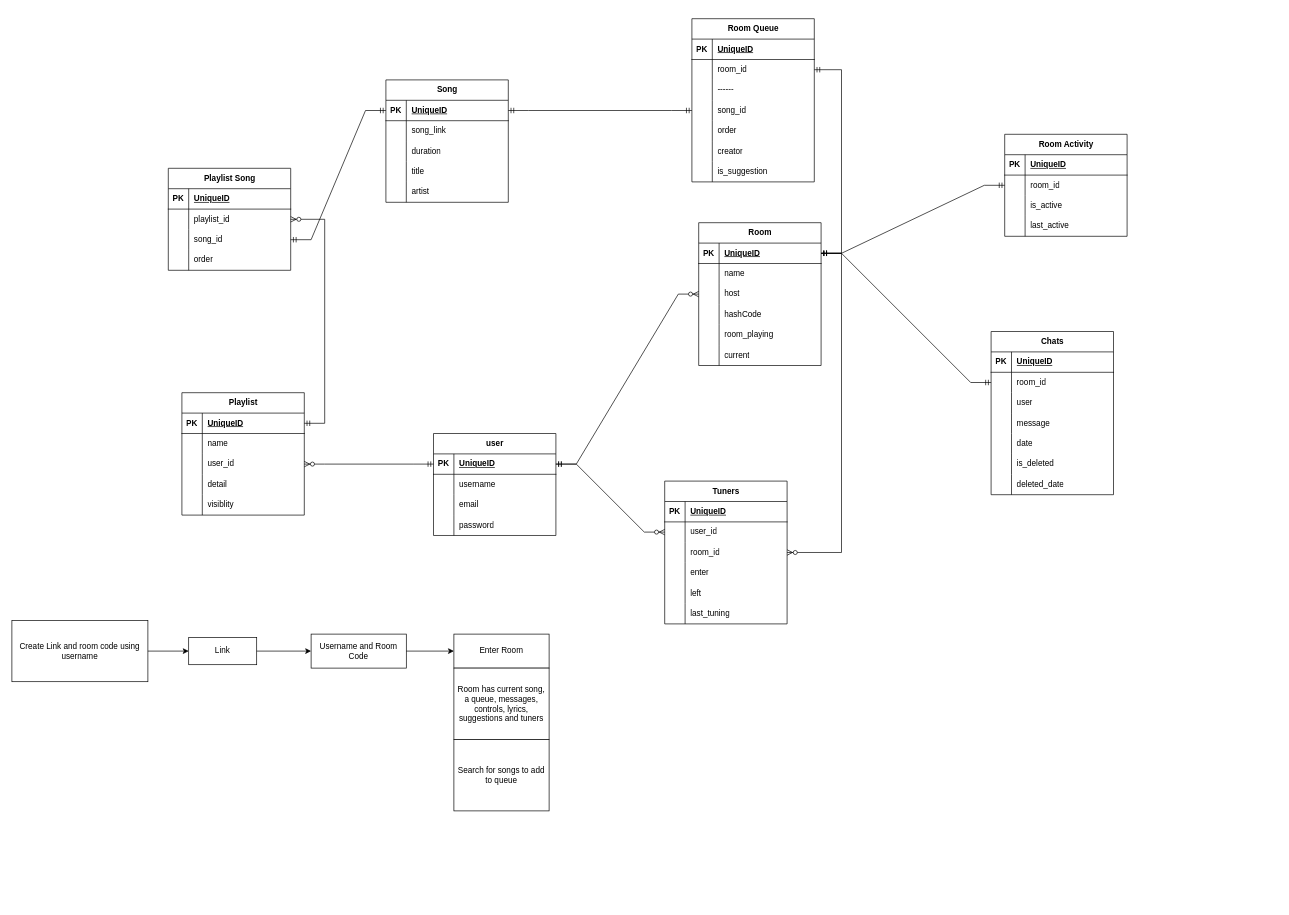
This is server/DB_design.drawio from fira195/booom-box, a draw.io file, before an edit. Source tidied: cells renumbered, new cells numbered last; positions are measured from the earlier drawing's top-left corner, leaving out a move shared by most shapes. Both pictures are drawn from the tidied source at 68%, with x=0, y=0 at pixel (12, 18).
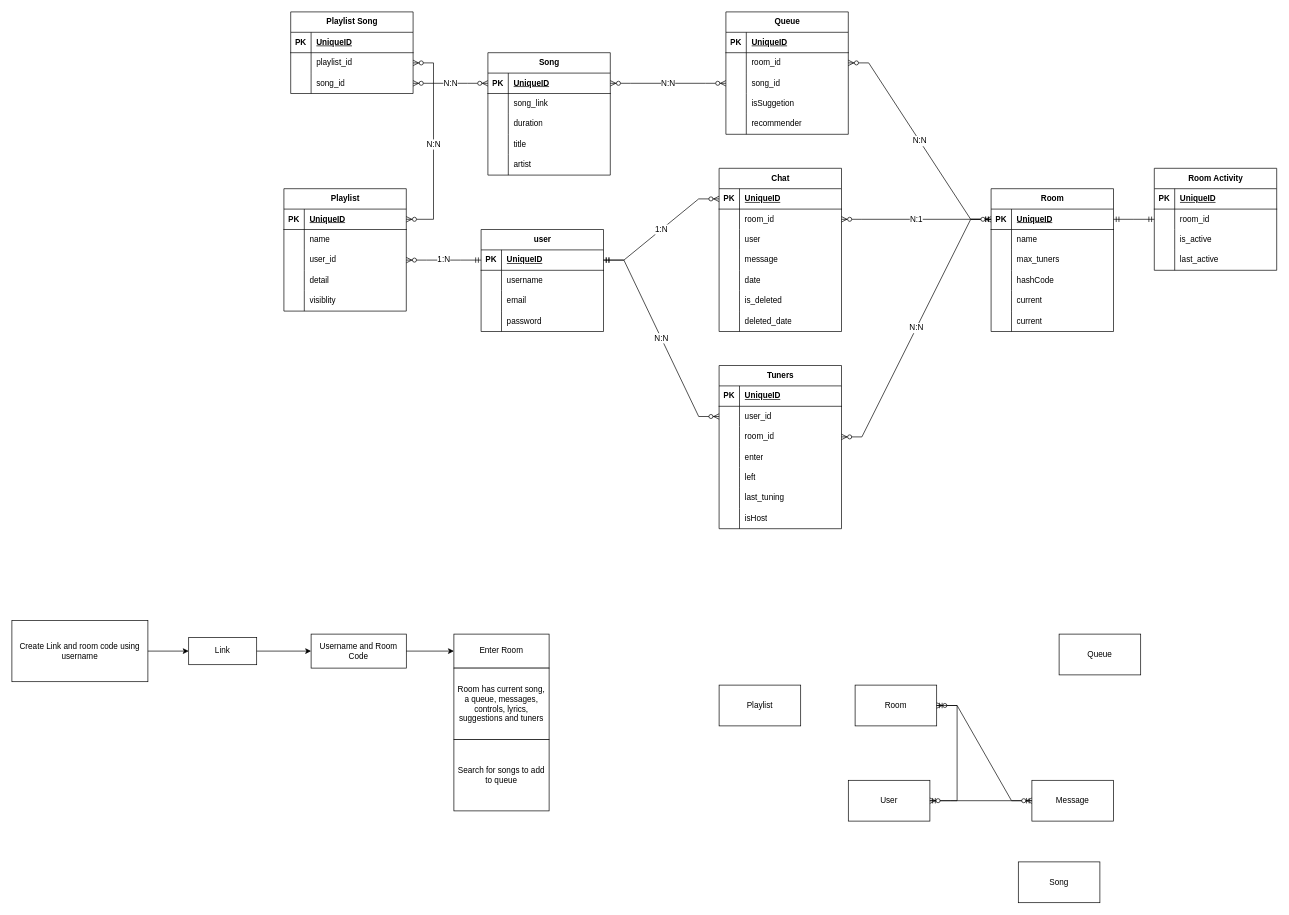
After the change.

Unchanged cells that the change refers to:
```xml
<mxCell id="3" style="shape=tableRow;horizontal=0;startSize=0;swimlaneHead=0;swimlaneBody=0;fillColor=none;points=[[0,0.5],[1,0.5]];portConstraint=eastwest;top=0;left=0;right=0;bottom=1;" parent="2" vertex="1">
  <mxGeometry y="30" width="180" height="30" as="geometry" />
</mxCell>
<mxCell id="16" style="shape=tableRow;horizontal=0;startSize=0;swimlaneHead=0;swimlaneBody=0;fillColor=none;points=[[0,0.5],[1,0.5]];portConstraint=eastwest;top=0;left=0;right=0;bottom=1;" parent="15" vertex="1">
  <mxGeometry y="30" width="180" height="30" as="geometry" />
</mxCell>
<mxCell id="22" style="shape=tableRow;horizontal=0;startSize=0;swimlaneHead=0;swimlaneBody=0;fillColor=none;points=[[0,0.5],[1,0.5]];portConstraint=eastwest;top=0;left=0;right=0;bottom=0;" parent="15" vertex="1">
  <mxGeometry y="90" width="180" height="30" as="geometry" />
</mxCell>
<mxCell id="28" style="shape=tableRow;horizontal=0;startSize=0;swimlaneHead=0;swimlaneBody=0;fillColor=none;top=0;left=0;right=0;bottom=0;" parent="15" vertex="1">
  <mxGeometry y="150" width="180" height="30" as="geometry" />
</mxCell>
<mxCell id="35" style="shape=tableRow;horizontal=0;startSize=0;swimlaneHead=0;swimlaneBody=0;fillColor=none;points=[[0,0.5],[1,0.5]];portConstraint=eastwest;top=0;left=0;right=0;bottom=1;" parent="34" vertex="1">
  <mxGeometry y="30" width="180" height="30" as="geometry" />
</mxCell>
<mxCell id="41" style="shape=tableRow;horizontal=0;startSize=0;swimlaneHead=0;swimlaneBody=0;fillColor=none;points=[[0,0.5],[1,0.5]];portConstraint=eastwest;top=0;left=0;right=0;bottom=0;" parent="34" vertex="1">
  <mxGeometry y="90" width="180" height="30" as="geometry" />
</mxCell>
<mxCell id="54" style="shape=tableRow;horizontal=0;startSize=0;swimlaneHead=0;swimlaneBody=0;fillColor=none;points=[[0,0.5],[1,0.5]];portConstraint=eastwest;top=0;left=0;right=0;bottom=0;" parent="50" vertex="1">
  <mxGeometry y="60" width="180" height="30" as="geometry" />
</mxCell>
<mxCell id="57" style="shape=tableRow;horizontal=0;startSize=0;swimlaneHead=0;swimlaneBody=0;fillColor=none;points=[[0,0.5],[1,0.5]];portConstraint=eastwest;top=0;left=0;right=0;bottom=0;" parent="50" vertex="1">
  <mxGeometry y="90" width="180" height="30" as="geometry" />
</mxCell>
<mxCell id="60" style="shape=tableRow;horizontal=0;startSize=0;swimlaneHead=0;swimlaneBody=0;fillColor=none;points=[[0,0.5],[1,0.5]];portConstraint=eastwest;top=0;left=0;right=0;bottom=0;" parent="50" vertex="1">
  <mxGeometry y="120" width="180" height="30" as="geometry" />
</mxCell>
<mxCell id="63" style="shape=tableRow;horizontal=0;startSize=0;swimlaneHead=0;swimlaneBody=0;fillColor=none;top=0;left=0;right=0;bottom=0;" parent="50" vertex="1">
  <mxGeometry y="150" width="180" height="30" as="geometry" />
</mxCell>
<mxCell id="76" style="shape=tableRow;horizontal=0;startSize=0;swimlaneHead=0;swimlaneBody=0;fillColor=none;points=[[0,0.5],[1,0.5]];portConstraint=eastwest;top=0;left=0;right=0;bottom=0;" parent="72" vertex="1">
  <mxGeometry y="60" width="180" height="30" as="geometry" />
</mxCell>
<mxCell id="79" style="shape=tableRow;horizontal=0;startSize=0;swimlaneHead=0;swimlaneBody=0;fillColor=none;points=[[0,0.5],[1,0.5]];portConstraint=eastwest;top=0;left=0;right=0;bottom=0;" parent="72" vertex="1">
  <mxGeometry y="90" width="180" height="30" as="geometry" />
</mxCell>
<mxCell id="99" style="shape=tableRow;horizontal=0;startSize=0;swimlaneHead=0;swimlaneBody=0;fillColor=none;points=[[0,0.5],[1,0.5]];portConstraint=eastwest;top=0;left=0;right=0;bottom=1;" parent="98" vertex="1">
  <mxGeometry y="30" width="180" height="30" as="geometry" />
</mxCell>
<mxCell id="102" style="shape=tableRow;horizontal=0;startSize=0;swimlaneHead=0;swimlaneBody=0;fillColor=none;points=[[0,0.5],[1,0.5]];portConstraint=eastwest;top=0;left=0;right=0;bottom=0;" parent="98" vertex="1">
  <mxGeometry y="60" width="180" height="30" as="geometry" />
</mxCell>
<mxCell id="125" style="shape=tableRow;horizontal=0;startSize=0;swimlaneHead=0;swimlaneBody=0;fillColor=none;points=[[0,0.5],[1,0.5]];portConstraint=eastwest;top=0;left=0;right=0;bottom=0;" parent="121" vertex="1">
  <mxGeometry y="60" width="180" height="30" as="geometry" />
</mxCell>
<mxCell id="128" style="shape=tableRow;horizontal=0;startSize=0;swimlaneHead=0;swimlaneBody=0;fillColor=none;points=[[0,0.5],[1,0.5]];portConstraint=eastwest;top=0;left=0;right=0;bottom=0;" parent="121" vertex="1">
  <mxGeometry y="90" width="180" height="30" as="geometry" />
</mxCell>
<mxCell id="157" style="shape=tableRow;horizontal=0;startSize=0;swimlaneHead=0;swimlaneBody=0;fillColor=none;points=[[0,0.5],[1,0.5]];portConstraint=eastwest;top=0;left=0;right=0;bottom=1;" parent="156" vertex="1">
  <mxGeometry y="30" width="180" height="30" as="geometry" />
</mxCell>
```

The edit, as a diff of the source:
```diff
@@
     <mxCell id="2" value="user" style="shape=table;startSize=30;childLayout=tableLayout;rowLines=0;fontStyle=1;align=center;html=1;" parent="1" vertex="1">
-      <mxGeometry x="620" y="610" width="180" height="150" as="geometry" />
+      <mxGeometry x="690" y="310" width="180" height="150" as="geometry" />
     </mxCell>
@@
     <mxCell id="15" value="Room" style="shape=table;startSize=30;childLayout=tableLayout;rowLines=0;fontStyle=1;align=center;html=1;" parent="1" vertex="1">
-      <mxGeometry x="1010" y="300" width="180" height="210" as="geometry" />
+      <mxGeometry x="1440" y="250" width="180" height="210" as="geometry" />
     </mxCell>
@@
-    <mxCell id="24" value="host" style="shape=partialRectangle;fillColor=none;top=0;left=0;bottom=0;right=0;align=left;spacingLeft=6;overflow=hidden;whiteSpace=wrap;html=1;" parent="22" vertex="1">
+    <mxCell id="24" value="max_tuners" style="shape=partialRectangle;fillColor=none;top=0;left=0;bottom=0;right=0;align=left;spacingLeft=6;overflow=hidden;whiteSpace=wrap;html=1;" parent="22" vertex="1">
       <mxGeometry x="30" width="150" height="30" as="geometry" />
     </mxCell>
@@
-    <mxCell id="30" value="room_playing" style="shape=partialRectangle;fillColor=none;top=0;left=0;bottom=0;right=0;align=left;spacingLeft=6;overflow=hidden;whiteSpace=wrap;html=1;" parent="28" vertex="1">
+    <mxCell id="30" value="current" style="shape=partialRectangle;fillColor=none;top=0;left=0;bottom=0;right=0;align=left;spacingLeft=6;overflow=hidden;whiteSpace=wrap;html=1;" parent="28" vertex="1">
       <mxGeometry x="30" width="150" height="30" as="geometry" />
     </mxCell>
@@
     <mxCell id="34" value="Playlist" style="shape=table;startSize=30;childLayout=tableLayout;rowLines=0;fontStyle=1;align=center;html=1;" parent="1" vertex="1">
-      <mxGeometry x="250" y="550" width="180" height="180" as="geometry" />
+      <mxGeometry x="400" y="250" width="180" height="180" as="geometry" />
     </mxCell>
@@
-    <mxCell id="50" value="Room Queue" style="shape=table;startSize=30;childLayout=tableLayout;rowLines=0;fontStyle=1;align=center;html=1;" parent="1" vertex="1">
-      <mxGeometry x="1000" width="180" height="240" as="geometry" />
+    <mxCell id="50" value="Queue" style="shape=table;startSize=30;childLayout=tableLayout;rowLines=0;fontStyle=1;align=center;html=1;" parent="1" vertex="1">
+      <mxGeometry x="1050" y="-10" width="180" height="180" as="geometry" />
     </mxCell>
@@
-    <mxCell id="59" value="------" style="shape=partialRectangle;fillColor=none;top=0;left=0;bottom=0;right=0;align=left;spacingLeft=6;overflow=hidden;whiteSpace=wrap;html=1;" parent="57" vertex="1">
+    <mxCell id="59" value="song_id" style="shape=partialRectangle;fillColor=none;top=0;left=0;bottom=0;right=0;align=left;spacingLeft=6;overflow=hidden;whiteSpace=wrap;html=1;" parent="57" vertex="1">
       <mxGeometry x="30" width="150" height="30" as="geometry" />
     </mxCell>
@@
-    <mxCell id="62" value="song_id" style="shape=partialRectangle;fillColor=none;top=0;left=0;bottom=0;right=0;align=left;spacingLeft=6;overflow=hidden;whiteSpace=wrap;html=1;" parent="60" vertex="1">
+    <mxCell id="62" value="isSuggetion" style="shape=partialRectangle;fillColor=none;top=0;left=0;bottom=0;right=0;align=left;spacingLeft=6;overflow=hidden;whiteSpace=wrap;html=1;" parent="60" vertex="1">
       <mxGeometry x="30" width="150" height="30" as="geometry" />
     </mxCell>
@@
-    <mxCell id="65" value="order" style="shape=partialRectangle;fillColor=none;top=0;left=0;bottom=0;right=0;align=left;spacingLeft=6;overflow=hidden;whiteSpace=wrap;html=1;" parent="63" vertex="1">
+    <mxCell id="65" value="recommender" style="shape=partialRectangle;fillColor=none;top=0;left=0;bottom=0;right=0;align=left;spacingLeft=6;overflow=hidden;whiteSpace=wrap;html=1;" parent="63" vertex="1">
       <mxGeometry x="30" width="150" height="30" as="geometry" />
     </mxCell>
-    <mxCell id="66" style="shape=tableRow;horizontal=0;startSize=0;swimlaneHead=0;swimlaneBody=0;fillColor=none;top=0;left=0;right=0;bottom=0;" parent="50" vertex="1">
-      <mxGeometry y="180" width="180" height="30" as="geometry" />
-    </mxCell>
-    <mxCell id="67" style="shape=partialRectangle;fillColor=none;top=0;left=0;bottom=0;right=0;overflow=hidden;whiteSpace=wrap;html=1;" parent="66" vertex="1">
-      <mxGeometry width="30" height="30" as="geometry" />
-    </mxCell>
-    <mxCell id="68" value="creator" style="shape=partialRectangle;fillColor=none;top=0;left=0;bottom=0;right=0;align=left;spacingLeft=6;overflow=hidden;whiteSpace=wrap;html=1;" parent="66" vertex="1">
-      <mxGeometry x="30" width="150" height="30" as="geometry" />
-    </mxCell>
-    <mxCell id="69" style="shape=tableRow;horizontal=0;startSize=0;swimlaneHead=0;swimlaneBody=0;fillColor=none;top=0;left=0;right=0;bottom=0;" parent="50" vertex="1">
-      <mxGeometry y="210" width="180" height="30" as="geometry" />
-    </mxCell>
-    <mxCell id="70" style="shape=partialRectangle;fillColor=none;top=0;left=0;bottom=0;right=0;overflow=hidden;whiteSpace=wrap;html=1;" parent="69" vertex="1">
-      <mxGeometry width="30" height="30" as="geometry" />
-    </mxCell>
-    <mxCell id="71" value="is_suggestion" style="shape=partialRectangle;fillColor=none;top=0;left=0;bottom=0;right=0;align=left;spacingLeft=6;overflow=hidden;whiteSpace=wrap;html=1;" parent="69" vertex="1">
-      <mxGeometry x="30" width="150" height="30" as="geometry" />
-    </mxCell>
     <mxCell id="72" value="Playlist Song" style="shape=table;startSize=30;childLayout=tableLayout;rowLines=0;fontStyle=1;align=center;html=1;" parent="1" vertex="1">
-      <mxGeometry x="230" y="220" width="180" height="150" as="geometry" />
+      <mxGeometry x="410" y="-10" width="180" height="120" as="geometry" />
     </mxCell>
@@
-    <mxCell id="82" style="shape=tableRow;horizontal=0;startSize=0;swimlaneHead=0;swimlaneBody=0;fillColor=none;top=0;left=0;right=0;bottom=0;" parent="72" vertex="1">
-      <mxGeometry y="120" width="180" height="30" as="geometry" />
-    </mxCell>
-    <mxCell id="83" style="shape=partialRectangle;fillColor=none;top=0;left=0;bottom=0;right=0;overflow=hidden;whiteSpace=wrap;html=1;" parent="82" vertex="1">
-      <mxGeometry width="30" height="30" as="geometry" />
-    </mxCell>
-    <mxCell id="84" value="order" style="shape=partialRectangle;fillColor=none;top=0;left=0;bottom=0;right=0;align=left;spacingLeft=6;overflow=hidden;whiteSpace=wrap;html=1;" parent="82" vertex="1">
-      <mxGeometry x="30" width="150" height="30" as="geometry" />
-    </mxCell>
-    <mxCell id="85" style="edgeStyle=entityRelationEdgeStyle;fontSize=12;html=1;endArrow=ERzeroToMany;startArrow=ERmandOne;rounded=0;" parent="1" edge="1" source="35" target="76">
-      <mxGeometry relative="1" as="geometry" />
-    </mxCell>
-    <mxCell id="86" style="edgeStyle=entityRelationEdgeStyle;fontSize=12;html=1;endArrow=ERzeroToMany;startArrow=ERmandOne;rounded=0;" parent="1" edge="1" source="3" target="41">
+    <mxCell id="86" value="1:N" style="edgeStyle=entityRelationEdgeStyle;fontSize=12;html=1;endArrow=ERzeroToMany;startArrow=ERmandOne;rounded=0;" parent="1" edge="1" source="3" target="41">
       <mxGeometry relative="1" as="geometry" />
     </mxCell>
-    <mxCell id="87" style="edgeStyle=entityRelationEdgeStyle;fontSize=12;html=1;endArrow=ERzeroToMany;startArrow=ERmandOne;rounded=0;" parent="1" edge="1" source="3" target="22">
-      <mxGeometry relative="1" as="geometry" />
-    </mxCell>
-    <mxCell id="88" style="edgeStyle=entityRelationEdgeStyle;fontSize=12;html=1;endArrow=ERmandOne;startArrow=ERmandOne;rounded=0;" parent="1" edge="1" source="16" target="54">
-      <mxGeometry relative="1" as="geometry" />
-    </mxCell>
@@
-    <mxCell id="98" value="Chats" style="shape=table;startSize=30;childLayout=tableLayout;rowLines=0;fontStyle=1;align=center;html=1;" parent="1" vertex="1">
-      <mxGeometry x="1440" y="460" width="180" height="240" as="geometry" />
+    <mxCell id="98" value="Chat" style="shape=table;startSize=30;childLayout=tableLayout;rowLines=0;fontStyle=1;align=center;html=1;" parent="1" vertex="1">
+      <mxGeometry x="1040" y="220" width="180" height="240" as="geometry" />
     </mxCell>
@@
-    <mxCell id="120" style="edgeStyle=entityRelationEdgeStyle;fontSize=12;html=1;endArrow=ERmandOne;startArrow=ERmandOne;rounded=0;" parent="1" edge="1" source="16" target="102">
-      <mxGeometry relative="1" as="geometry" />
-    </mxCell>
     <mxCell id="121" value="Tuners" style="shape=table;startSize=30;childLayout=tableLayout;rowLines=0;fontStyle=1;align=center;html=1;" parent="1" vertex="1">
-      <mxGeometry x="960" y="680" width="180" height="210" as="geometry" />
+      <mxGeometry x="1040" y="510" width="180" height="240" as="geometry" />
     </mxCell>
@@
+    <mxCell id="69" style="shape=tableRow;horizontal=0;startSize=0;swimlaneHead=0;swimlaneBody=0;fillColor=none;top=0;left=0;right=0;bottom=0;" parent="121" vertex="1">
+      <mxGeometry y="210" width="180" height="30" as="geometry" />
+    </mxCell>
+    <mxCell id="174" style="shape=partialRectangle;fillColor=none;top=0;left=0;bottom=0;right=0;overflow=hidden;whiteSpace=wrap;html=1;" parent="69" vertex="1">
+      <mxGeometry width="30" height="30" as="geometry" />
+    </mxCell>
+    <mxCell id="175" value="isHost" style="shape=partialRectangle;fillColor=none;top=0;left=0;bottom=0;right=0;align=left;spacingLeft=6;overflow=hidden;whiteSpace=wrap;html=1;" parent="69" vertex="1">
+      <mxGeometry x="30" width="150" height="30" as="geometry" />
+    </mxCell>
-    <mxCell id="140" style="edgeStyle=entityRelationEdgeStyle;fontSize=12;html=1;endArrow=ERzeroToMany;startArrow=ERmandOne;rounded=0;" parent="1" edge="1" source="16" target="128">
+    <mxCell id="140" value="N:N" style="edgeStyle=entityRelationEdgeStyle;fontSize=12;html=1;endArrow=ERzeroToMany;startArrow=ERmandOne;rounded=0;" parent="1" edge="1" source="16" target="128">
       <mxGeometry relative="1" as="geometry" />
     </mxCell>
-    <mxCell id="141" style="edgeStyle=entityRelationEdgeStyle;fontSize=12;html=1;endArrow=ERzeroToMany;startArrow=ERmandOne;rounded=0;" parent="1" edge="1" source="3" target="125">
-      <mxGeometry relative="1" as="geometry" />
-    </mxCell>
     <mxCell id="142" value="Room Activity" style="shape=table;startSize=30;childLayout=tableLayout;rowLines=0;fontStyle=1;align=center;html=1;" parent="1" vertex="1">
-      <mxGeometry x="1460" y="170" width="180" height="150" as="geometry" />
+      <mxGeometry x="1680" y="220" width="180" height="150" as="geometry" />
     </mxCell>
@@
     <mxCell id="156" value="Song" style="shape=table;startSize=30;childLayout=tableLayout;rowLines=0;fontStyle=1;align=center;html=1;" parent="1" vertex="1">
-      <mxGeometry x="550" y="90" width="180" height="180" as="geometry" />
+      <mxGeometry x="700" y="50" width="180" height="180" as="geometry" />
     </mxCell>
@@
-    <mxCell id="172" style="edgeStyle=entityRelationEdgeStyle;fontSize=12;html=1;endArrow=ERmandOne;startArrow=ERmandOne;rounded=0;" parent="1" edge="1" source="157" target="60">
-      <mxGeometry relative="1" as="geometry" />
-    </mxCell>
+    <mxCell id="176" value="User" style="rounded=0;whiteSpace=wrap;html=1;" parent="1" vertex="1">
+      <mxGeometry x="1230" y="1120" width="120" height="60" as="geometry" />
+    </mxCell>
+    <mxCell id="177" value="Song" style="rounded=0;whiteSpace=wrap;html=1;" parent="1" vertex="1">
+      <mxGeometry x="1480" y="1240" width="120" height="60" as="geometry" />
+    </mxCell>
+    <mxCell id="178" value="Message" style="rounded=0;whiteSpace=wrap;html=1;" parent="1" vertex="1">
+      <mxGeometry x="1500" y="1120" width="120" height="60" as="geometry" />
+    </mxCell>
+    <mxCell id="179" value="Playlist" style="rounded=0;whiteSpace=wrap;html=1;" parent="1" vertex="1">
+      <mxGeometry x="1040" y="980" width="120" height="60" as="geometry" />
+    </mxCell>
+    <mxCell id="180" value="Queue" style="rounded=0;whiteSpace=wrap;html=1;" parent="1" vertex="1">
+      <mxGeometry x="1540" y="905" width="120" height="60" as="geometry" />
+    </mxCell>
+    <mxCell id="181" value="Room" style="rounded=0;whiteSpace=wrap;html=1;" parent="1" vertex="1">
+      <mxGeometry x="1240" y="980" width="120" height="60" as="geometry" />
+    </mxCell>
+    <mxCell id="182" style="edgeStyle=entityRelationEdgeStyle;fontSize=12;html=1;endArrow=ERzeroToMany;startArrow=ERmandOne;rounded=0;" parent="1" edge="1" source="176" target="181">
+      <mxGeometry relative="1" as="geometry" />
+    </mxCell>
+    <mxCell id="183" style="edgeStyle=entityRelationEdgeStyle;fontSize=12;html=1;endArrow=ERzeroToMany;startArrow=ERmandOne;rounded=0;" parent="1" edge="1" source="178" target="176">
+      <mxGeometry relative="1" as="geometry" />
+    </mxCell>
+    <mxCell id="184" style="edgeStyle=entityRelationEdgeStyle;fontSize=12;html=1;endArrow=ERzeroToMany;startArrow=ERmandOne;rounded=0;" parent="1" edge="1" source="181" target="178">
+      <mxGeometry relative="1" as="geometry" />
+    </mxCell>
+    <mxCell id="120" value="N:1" style="edgeStyle=entityRelationEdgeStyle;fontSize=12;html=1;endArrow=ERzeroToMany;startArrow=ERmandOne;rounded=0;" parent="1" edge="1" source="16" target="102">
+      <mxGeometry relative="1" as="geometry" />
+    </mxCell>
+    <mxCell id="185" value="N:N" style="edgeStyle=entityRelationEdgeStyle;fontSize=12;html=1;endArrow=ERzeroToMany;endFill=1;startArrow=ERzeroToMany;rounded=0;" parent="1" edge="1" source="54" target="16">
+      <mxGeometry relative="1" as="geometry" />
+    </mxCell>
+    <mxCell id="186" value="N:N" style="edgeStyle=entityRelationEdgeStyle;fontSize=12;html=1;endArrow=ERzeroToMany;endFill=1;startArrow=ERzeroToMany;rounded=0;" parent="1" edge="1" source="57" target="157">
+      <mxGeometry relative="1" as="geometry" />
+    </mxCell>
-    <mxCell id="173" style="edgeStyle=entityRelationEdgeStyle;fontSize=12;html=1;endArrow=ERmandOne;startArrow=ERmandOne;rounded=0;" parent="1" edge="1" source="79" target="157">
+    <mxCell id="173" value="N:N" style="edgeStyle=entityRelationEdgeStyle;fontSize=12;html=1;endArrow=ERzeroToMany;endFill=1;startArrow=ERzeroToMany;rounded=0;" parent="1" edge="1" source="79" target="157">
       <mxGeometry relative="1" as="geometry" />
     </mxCell>
+    <mxCell id="187" value="N:N" style="edgeStyle=entityRelationEdgeStyle;fontSize=12;html=1;endArrow=ERzeroToMany;endFill=1;startArrow=ERzeroToMany;rounded=0;" parent="1" edge="1" source="76" target="35">
+      <mxGeometry relative="1" as="geometry" />
+    </mxCell>
+    <mxCell id="188" value="1:N" style="edgeStyle=entityRelationEdgeStyle;fontSize=12;html=1;endArrow=ERzeroToMany;startArrow=ERmandOne;rounded=0;" parent="1" edge="1" source="3" target="99">
+      <mxGeometry relative="1" as="geometry" />
+    </mxCell>
+    <mxCell id="141" value="N:N" style="edgeStyle=entityRelationEdgeStyle;fontSize=12;html=1;endArrow=ERzeroToMany;startArrow=ERmandOne;rounded=0;" parent="1" edge="1" source="3" target="125">
+      <mxGeometry relative="1" as="geometry" />
+    </mxCell>
```
